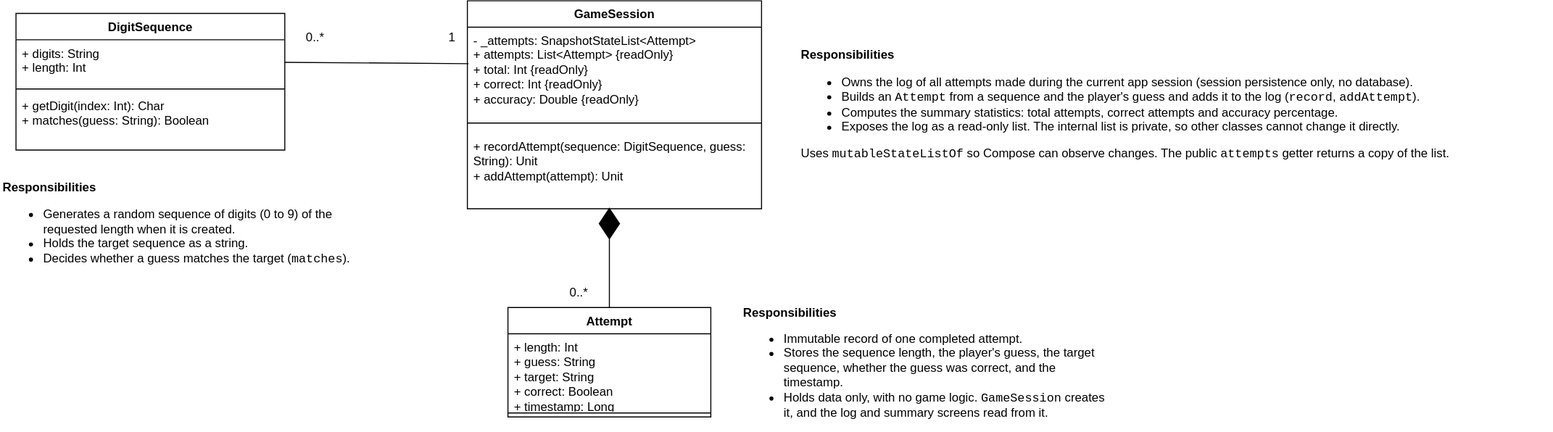
Earlier version of the draw.io export doc/301a1_UML.drawio.svg (keyamalhotra007/kmalhot2-RapidRecall). Source tidied: cells renumbered, new cells last; positions are measured from the earlier drawing's top-left corner, leaving out a move shared by most shapes.
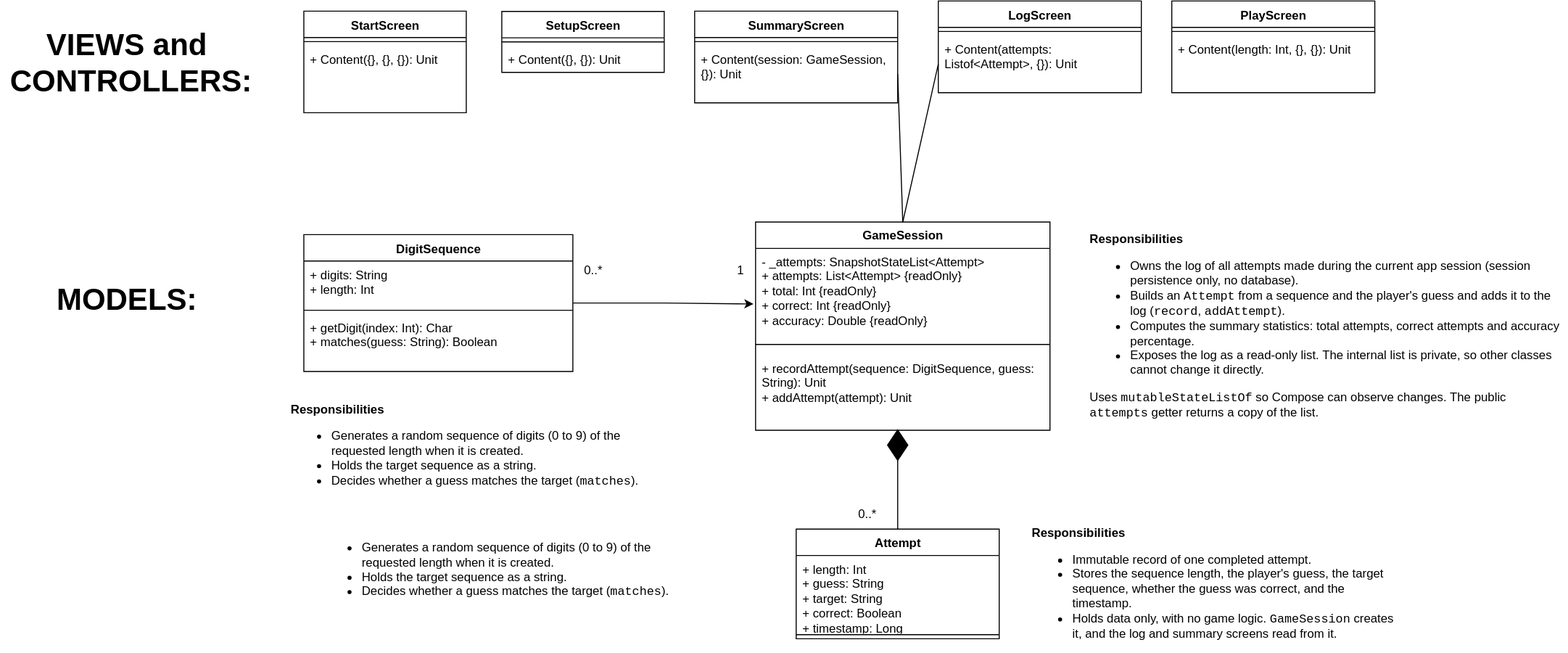
Later version of the same file.

Diff of the diagram source:
```diff
@@ -14,16 +14,11 @@
     <mxCell id="5" value="&lt;div&gt;+ recordAttempt(&lt;span style=&quot;background-color: transparent; color: light-dark(rgb(0, 0, 0), rgb(255, 255, 255));&quot;&gt;sequence: DigitSequence, guess: String&lt;/span&gt;&lt;span style=&quot;background-color: transparent; color: light-dark(rgb(0, 0, 0), rgb(255, 255, 255));&quot;&gt;): Unit&lt;/span&gt;&lt;/div&gt;&lt;div&gt;+ addAttempt(attempt): Unit&lt;div&gt;&lt;div&gt;&lt;br&gt;&lt;/div&gt;&lt;/div&gt;&lt;/div&gt;" style="text;strokeColor=none;fillColor=none;align=left;verticalAlign=top;spacingLeft=4;spacingRight=4;overflow=hidden;whiteSpace=wrap;html=1;" parent="2" vertex="1">
       <mxGeometry y="131" width="290" height="74" as="geometry" />
     </mxCell>
-    <mxCell id="6" style="endArrow=none;html=1;rounded=0;exitX=1;exitY=0.5;exitDx=0;exitDy=0;" parent="1" edge="1" source="13">
-      <mxGeometry relative="1" as="geometry">
-        <mxPoint x="461.2" y="61.6" as="targetPoint" />
-      </mxGeometry>
-    </mxCell>
     <mxCell id="7" value="0..*" style="text;html=1;whiteSpace=wrap;strokeColor=none;fillColor=none;align=center;verticalAlign=middle;rounded=0;" parent="1" vertex="1">
-      <mxGeometry x="280" y="21.2" width="60" height="30" as="geometry" />
+      <mxGeometry x="270" y="32" width="60" height="30" as="geometry" />
     </mxCell>
     <mxCell id="8" value="1" style="text;html=1;whiteSpace=wrap;strokeColor=none;fillColor=none;align=center;verticalAlign=middle;rounded=0;" parent="1" vertex="1">
-      <mxGeometry x="415" y="21.2" width="60" height="30" as="geometry" />
+      <mxGeometry x="415" y="32" width="60" height="30" as="geometry" />
     </mxCell>
     <mxCell id="9" value="Attempt" style="swimlane;fontStyle=1;align=center;verticalAlign=top;horizontal=1;startSize=26;whiteSpace=wrap;html=1;" parent="1" vertex="1">
       <mxGeometry x="500" y="302" width="200" height="108" as="geometry" />
@@ -34,7 +29,7 @@
     <mxCell id="11" style="line;strokeWidth=1;fillColor=none;align=left;verticalAlign=middle;spacingTop=-1;spacingLeft=3;spacingRight=3;labelPosition=right;strokeColor=inherit;" parent="9" vertex="1">
       <mxGeometry y="100" width="200" height="8" as="geometry" />
     </mxCell>
-    <mxCell id="12" value="DigitSequence" style="swimlane;fontStyle=1;align=center;verticalAlign=top;horizontal=1;startSize=26;whiteSpace=wrap;html=1;" parent="1" vertex="1">
+    <mxCell id="12" value="DigitSequence&lt;div&gt;&lt;br&gt;&lt;/div&gt;" style="swimlane;fontStyle=1;align=center;verticalAlign=top;horizontal=1;startSize=26;whiteSpace=wrap;html=1;" parent="1" vertex="1">
       <mxGeometry x="15" y="12" width="265" height="134.8" as="geometry" />
     </mxCell>
     <mxCell id="13" value="+ digits: String&lt;div&gt;+ length: Int&lt;/div&gt;" style="text;strokeColor=none;fillColor=none;align=left;verticalAlign=top;spacingLeft=4;spacingRight=4;overflow=hidden;points=[[0,0.5],[1,0.5]];portConstraint=eastwest;whiteSpace=wrap;html=1;" parent="12" vertex="1">
@@ -56,13 +51,76 @@
       <mxGeometry x="590" y="204.4" width="20" height="30" as="geometry" />
     </mxCell>
     <mxCell id="19" value="&lt;p dir=&quot;ltr&quot;&gt;&lt;strong&gt;Responsibilities&lt;/strong&gt;&lt;/p&gt;&lt;ul dir=&quot;ltr&quot;&gt;&lt;li&gt;Generates a random sequence of digits (0 to 9) of the requested length when it is created.&lt;/li&gt;&lt;li&gt;Holds the target sequence as a string.&lt;/li&gt;&lt;li&gt;Decides whether a guess matches the target (&lt;code dir=&quot;ltr&quot;&gt;matches&lt;/code&gt;).&lt;/li&gt;&lt;/ul&gt;" style="text;html=1;whiteSpace=wrap;strokeColor=none;fillColor=none;align=left;verticalAlign=middle;rounded=0;" parent="1" vertex="1">
-      <mxGeometry y="125.4" width="350" height="188" as="geometry" />
+      <mxGeometry y="169.4" width="350" height="100" as="geometry" />
     </mxCell>
     <mxCell id="20" value="&lt;p dir=&quot;ltr&quot;&gt;&lt;strong&gt;Responsibilities&lt;/strong&gt;&lt;/p&gt;&lt;ul dir=&quot;ltr&quot;&gt;&lt;li&gt;Owns the log of all attempts made during the current app session (session persistence only, no database).&lt;/li&gt;&lt;li&gt;Builds an &lt;code dir=&quot;ltr&quot;&gt;Attempt&lt;/code&gt; from a sequence and the player's guess and adds it to the log (&lt;code dir=&quot;ltr&quot;&gt;record&lt;/code&gt;, &lt;code dir=&quot;ltr&quot;&gt;addAttempt&lt;/code&gt;).&lt;/li&gt;&lt;li&gt;Computes the summary statistics: total attempts, correct attempts and accuracy percentage.&lt;/li&gt;&lt;li&gt;Exposes the log as a read-only list. The internal list is private, so other classes cannot change it directly.&lt;/li&gt;&lt;/ul&gt;&lt;p dir=&quot;ltr&quot;&gt;Uses &lt;code dir=&quot;ltr&quot;&gt;mutableStateListOf&lt;/code&gt; so Compose can observe changes. The public &lt;code dir=&quot;ltr&quot;&gt;attempts&lt;/code&gt; getter returns a copy of the list.&lt;/p&gt;" style="text;html=1;whiteSpace=wrap;strokeColor=none;fillColor=none;align=left;verticalAlign=middle;rounded=0;" parent="1" vertex="1">
-      <mxGeometry x="787" y="-0.4" width="743" height="205" as="geometry" />
+      <mxGeometry x="787" y="-0.4" width="473" height="205" as="geometry" />
     </mxCell>
     <mxCell id="21" value="&lt;p dir=&quot;ltr&quot;&gt;&lt;strong&gt;Responsibilities&lt;/strong&gt;&lt;/p&gt;&lt;ul dir=&quot;ltr&quot;&gt;&lt;li&gt;Immutable record of one completed attempt.&lt;/li&gt;&lt;li&gt;Stores the sequence length, the player's guess, the target sequence, whether the guess was correct, and the timestamp.&lt;/li&gt;&lt;li&gt;Holds data only, with no game logic. &lt;code dir=&quot;ltr&quot;&gt;GameSession&lt;/code&gt; creates it, and the log and summary screens read from it.&lt;/li&gt;&lt;/ul&gt;" style="text;html=1;whiteSpace=wrap;strokeColor=none;fillColor=none;align=left;verticalAlign=middle;rounded=0;" parent="1" vertex="1">
       <mxGeometry x="730" y="288.6" width="370" height="134.8" as="geometry" />
     </mxCell>
+    <mxCell id="22" style="edgeStyle=orthogonalEdgeStyle;rounded=0;jettySize=auto;html=1;exitX=1;exitY=0.5;exitDx=0;exitDy=0;entryX=-0.007;entryY=0.651;entryDx=0;entryDy=0;entryPerimeter=0;" parent="1" edge="1" source="12" target="3">
+      <mxGeometry relative="1" as="geometry" />
+    </mxCell>
+    <mxCell id="23" value="StartScreen" style="swimlane;fontStyle=1;align=center;verticalAlign=top;horizontal=1;startSize=26;whiteSpace=wrap;html=1;" parent="1" vertex="1">
+      <mxGeometry x="15" y="-208" width="160" height="100" as="geometry" />
+    </mxCell>
+    <mxCell id="24" style="line;strokeWidth=1;fillColor=none;align=left;verticalAlign=middle;spacingTop=-1;spacingLeft=3;spacingRight=3;labelPosition=right;strokeColor=inherit;" parent="23" vertex="1">
+      <mxGeometry y="26" width="160" height="8" as="geometry" />
+    </mxCell>
+    <mxCell id="25" value="+ Content({}, {}, {}): Unit&lt;div&gt;&lt;div&gt;&lt;br&gt;&lt;/div&gt;&lt;/div&gt;" style="text;strokeColor=none;fillColor=none;align=left;verticalAlign=top;spacingLeft=4;spacingRight=4;overflow=hidden;whiteSpace=wrap;html=1;" parent="23" vertex="1">
+      <mxGeometry y="34" width="160" height="66" as="geometry" />
+    </mxCell>
+    <mxCell id="26" value="SetupScreen" style="swimlane;fontStyle=1;align=center;verticalAlign=top;horizontal=1;startSize=26;whiteSpace=wrap;html=1;" parent="1" vertex="1">
+      <mxGeometry x="210" y="-207.8" width="160" height="60" as="geometry" />
+    </mxCell>
+    <mxCell id="27" style="line;strokeWidth=1;fillColor=none;align=left;verticalAlign=middle;spacingTop=-1;spacingLeft=3;spacingRight=3;labelPosition=right;strokeColor=inherit;" parent="26" vertex="1">
+      <mxGeometry y="26" width="160" height="8" as="geometry" />
+    </mxCell>
+    <mxCell id="28" value="+ Content({}, {}): Unit" style="text;strokeColor=none;fillColor=none;align=left;verticalAlign=top;spacingLeft=4;spacingRight=4;overflow=hidden;whiteSpace=wrap;html=1;" parent="26" vertex="1">
+      <mxGeometry y="34" width="160" height="26" as="geometry" />
+    </mxCell>
+    <mxCell id="29" value="PlayScreen" style="swimlane;fontStyle=1;align=center;verticalAlign=top;horizontal=1;startSize=26;whiteSpace=wrap;html=1;" parent="1" vertex="1">
+      <mxGeometry x="870" y="-218" width="200" height="90.2" as="geometry" />
+    </mxCell>
+    <mxCell id="30" style="line;strokeWidth=1;fillColor=none;align=left;verticalAlign=middle;spacingTop=-1;spacingLeft=3;spacingRight=3;labelPosition=right;strokeColor=inherit;" parent="29" vertex="1">
+      <mxGeometry y="26" width="200" height="8" as="geometry" />
+    </mxCell>
+    <mxCell id="31" value="+ Content(length: Int, {}, {}): Unit" style="text;strokeColor=none;fillColor=none;align=left;verticalAlign=top;spacingLeft=4;spacingRight=4;overflow=hidden;whiteSpace=wrap;html=1;" parent="29" vertex="1">
+      <mxGeometry y="34" width="200" height="56.2" as="geometry" />
+    </mxCell>
+    <mxCell id="32" value="LogScreen" style="swimlane;fontStyle=1;align=center;verticalAlign=top;horizontal=1;startSize=26;whiteSpace=wrap;html=1;" parent="1" vertex="1">
+      <mxGeometry x="640" y="-218" width="200" height="90.2" as="geometry" />
+    </mxCell>
+    <mxCell id="33" style="line;strokeWidth=1;fillColor=none;align=left;verticalAlign=middle;spacingTop=-1;spacingLeft=3;spacingRight=3;labelPosition=right;strokeColor=inherit;" parent="32" vertex="1">
+      <mxGeometry y="26" width="200" height="8" as="geometry" />
+    </mxCell>
+    <mxCell id="34" value="+ Content(attempts: Listof&amp;lt;Attempt&amp;gt;, {}): Unit" style="text;strokeColor=none;fillColor=none;align=left;verticalAlign=top;spacingLeft=4;spacingRight=4;overflow=hidden;points=[[0,0.5],[1,0.5]];portConstraint=eastwest;whiteSpace=wrap;html=1;" parent="32" vertex="1">
+      <mxGeometry y="34" width="200" height="56.2" as="geometry" />
+    </mxCell>
+    <mxCell id="35" value="SummaryScreen" style="swimlane;fontStyle=1;align=center;verticalAlign=top;horizontal=1;startSize=26;whiteSpace=wrap;html=1;" parent="1" vertex="1">
+      <mxGeometry x="400" y="-208" width="200" height="90.2" as="geometry" />
+    </mxCell>
+    <mxCell id="36" style="line;strokeWidth=1;fillColor=none;align=left;verticalAlign=middle;spacingTop=-1;spacingLeft=3;spacingRight=3;labelPosition=right;strokeColor=inherit;" parent="35" vertex="1">
+      <mxGeometry y="26" width="200" height="8" as="geometry" />
+    </mxCell>
+    <mxCell id="37" value="+ Content(session: GameSession, {}): Unit" style="text;strokeColor=none;fillColor=none;align=left;verticalAlign=top;spacingLeft=4;spacingRight=4;overflow=hidden;points=[[0,0.5],[1,0.5]];portConstraint=eastwest;whiteSpace=wrap;html=1;" parent="35" vertex="1">
+      <mxGeometry y="34" width="200" height="56.2" as="geometry" />
+    </mxCell>
+    <mxCell id="38" style="endArrow=none;html=1;rounded=0;exitX=0.5;exitY=0;exitDx=0;exitDy=0;entryX=0;entryY=0.5;entryDx=0;entryDy=0;" parent="1" edge="1" source="2" target="34">
+      <mxGeometry relative="1" as="geometry" />
+    </mxCell>
+    <mxCell id="39" style="endArrow=none;html=1;rounded=0;exitX=0.5;exitY=0;exitDx=0;exitDy=0;entryX=1;entryY=0.5;entryDx=0;entryDy=0;" parent="1" edge="1" source="2" target="37">
+      <mxGeometry relative="1" as="geometry" />
+    </mxCell>
+    <mxCell id="40" value="&lt;ul dir=&quot;ltr&quot;&gt;&lt;li&gt;Generates a random sequence of digits (0 to 9) of the requested length when it is created.&lt;/li&gt;&lt;li&gt;Holds the target sequence as a string.&lt;/li&gt;&lt;li&gt;Decides whether a guess matches the target (&lt;code dir=&quot;ltr&quot;&gt;matches&lt;/code&gt;).&lt;/li&gt;&lt;/ul&gt;" style="text;html=1;whiteSpace=wrap;strokeColor=none;fillColor=none;align=left;verticalAlign=middle;rounded=0;" parent="1" vertex="1">
+      <mxGeometry x="30" y="292" width="350" height="100" as="geometry" />
+    </mxCell>
+    <mxCell id="41" value="&lt;font style=&quot;font-size: 30px;&quot;&gt;VIEWS and&lt;/font&gt;&lt;div&gt;&lt;font style=&quot;font-size: 30px;&quot;&gt;&amp;nbsp;CONTROLLERS:&lt;/font&gt;&lt;/div&gt;" style="text;align=center;fontStyle=1;verticalAlign=middle;spacingLeft=3;spacingRight=3;strokeColor=none;html=1;" parent="1" vertex="1">
+      <mxGeometry x="-200" y="-171" width="80" height="26" as="geometry" />
+    </mxCell>
+    <mxCell id="42" value="&lt;font style=&quot;font-size: 30px;&quot;&gt;MODELS:&lt;/font&gt;" style="text;align=center;fontStyle=1;verticalAlign=middle;spacingLeft=3;spacingRight=3;strokeColor=none;html=1;" parent="1" vertex="1">
+      <mxGeometry x="-200" y="62" width="80" height="26" as="geometry" />
+    </mxCell>
   </root>
 </mxGraphModel>
```
